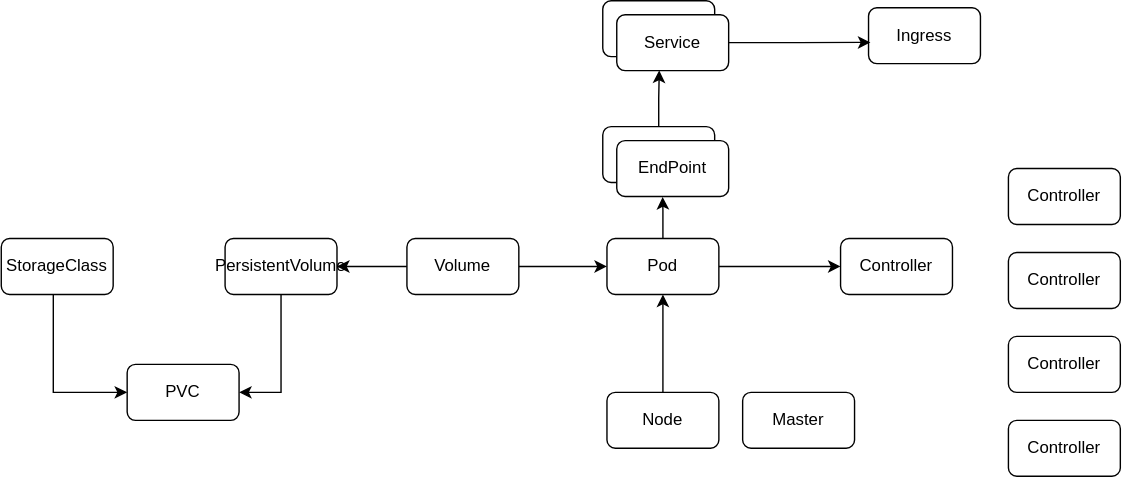
Above: K8s资源关联关系.drawio.svg in NewerLsg/GitBook (draw.io), before the change. Source tidied: cells renumbered, new cells last; positions are measured from the earlier drawing's top-left corner, leaving out a move shared by most shapes.
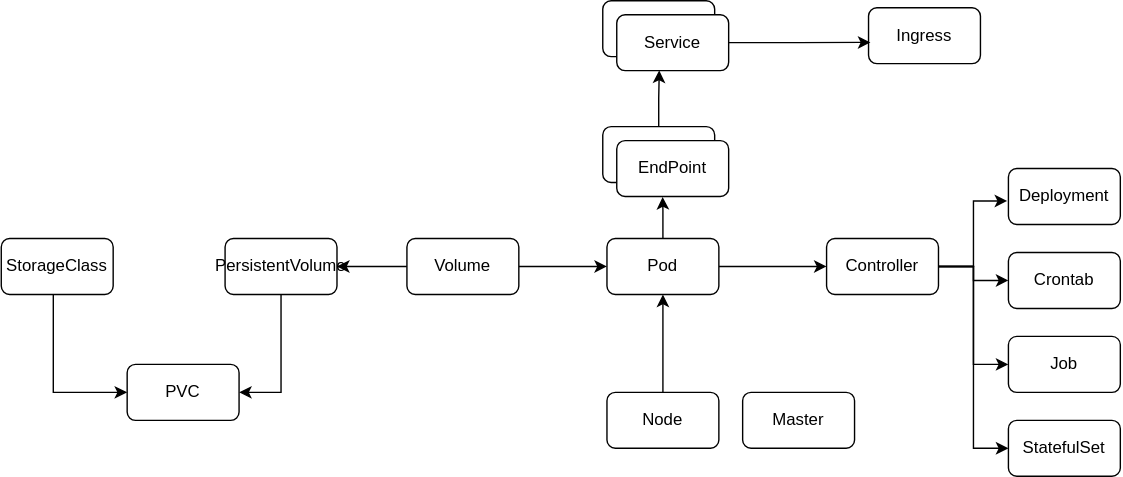
The same file after the commit.

Commit message:
更新K8s资源关联关系.drawio.svg

What changed in the source:
```diff
@@ -38,22 +38,34 @@
     <mxCell id="13" value="Node" style="rounded=1;whiteSpace=wrap;html=1;" parent="1" vertex="1">
       <mxGeometry x="433" y="280" width="80" height="40" as="geometry" />
     </mxCell>
+    <mxCell id="29" style="edgeStyle=orthogonalEdgeStyle;rounded=0;jettySize=auto;html=1;entryX=-0.011;entryY=0.579;entryDx=0;entryDy=0;entryPerimeter=0;" parent="1" edge="1" source="14" target="16">
+      <mxGeometry relative="1" as="geometry" />
+    </mxCell>
+    <mxCell id="30" style="edgeStyle=orthogonalEdgeStyle;rounded=0;jettySize=auto;html=1;entryX=0;entryY=0.5;entryDx=0;entryDy=0;" parent="1" edge="1" source="14" target="17">
+      <mxGeometry relative="1" as="geometry" />
+    </mxCell>
+    <mxCell id="31" style="edgeStyle=orthogonalEdgeStyle;rounded=0;jettySize=auto;html=1;entryX=0;entryY=0.5;entryDx=0;entryDy=0;" parent="1" edge="1" source="14" target="18">
+      <mxGeometry relative="1" as="geometry" />
+    </mxCell>
+    <mxCell id="32" style="edgeStyle=orthogonalEdgeStyle;rounded=0;jettySize=auto;html=1;entryX=0;entryY=0.5;entryDx=0;entryDy=0;" parent="1" edge="1" source="14" target="19">
+      <mxGeometry relative="1" as="geometry" />
+    </mxCell>
     <mxCell id="14" value="Controller" style="rounded=1;whiteSpace=wrap;html=1;" parent="1" vertex="1">
-      <mxGeometry x="600" y="170" width="80" height="40" as="geometry" />
+      <mxGeometry x="590" y="170" width="80" height="40" as="geometry" />
     </mxCell>
     <mxCell id="15" value="Master" style="rounded=1;whiteSpace=wrap;html=1;" parent="1" vertex="1">
       <mxGeometry x="530" y="280" width="80" height="40" as="geometry" />
     </mxCell>
-    <mxCell id="16" value="Controller" style="rounded=1;whiteSpace=wrap;html=1;" parent="1" vertex="1">
+    <mxCell id="16" value="Deployment" style="rounded=1;whiteSpace=wrap;html=1;" parent="1" vertex="1">
       <mxGeometry x="720" y="120" width="80" height="40" as="geometry" />
     </mxCell>
-    <mxCell id="17" value="Controller" style="rounded=1;whiteSpace=wrap;html=1;" parent="1" vertex="1">
+    <mxCell id="17" value="Crontab" style="rounded=1;whiteSpace=wrap;html=1;" parent="1" vertex="1">
       <mxGeometry x="720" y="180" width="80" height="40" as="geometry" />
     </mxCell>
-    <mxCell id="18" value="Controller" style="rounded=1;whiteSpace=wrap;html=1;" parent="1" vertex="1">
+    <mxCell id="18" value="Job" style="rounded=1;whiteSpace=wrap;html=1;" parent="1" vertex="1">
       <mxGeometry x="720" y="240" width="80" height="40" as="geometry" />
     </mxCell>
-    <mxCell id="19" value="Controller" style="rounded=1;whiteSpace=wrap;html=1;" parent="1" vertex="1">
+    <mxCell id="19" value="StatefulSet" style="rounded=1;whiteSpace=wrap;html=1;" parent="1" vertex="1">
       <mxGeometry x="720" y="300" width="80" height="40" as="geometry" />
     </mxCell>
     <mxCell id="20" style="edgeStyle=orthogonalEdgeStyle;rounded=0;orthogonalLoop=1;jettySize=auto;html=1;exitX=0.5;exitY=1;exitDx=0;exitDy=0;" parent="1" edge="1" source="18" target="18">
```
